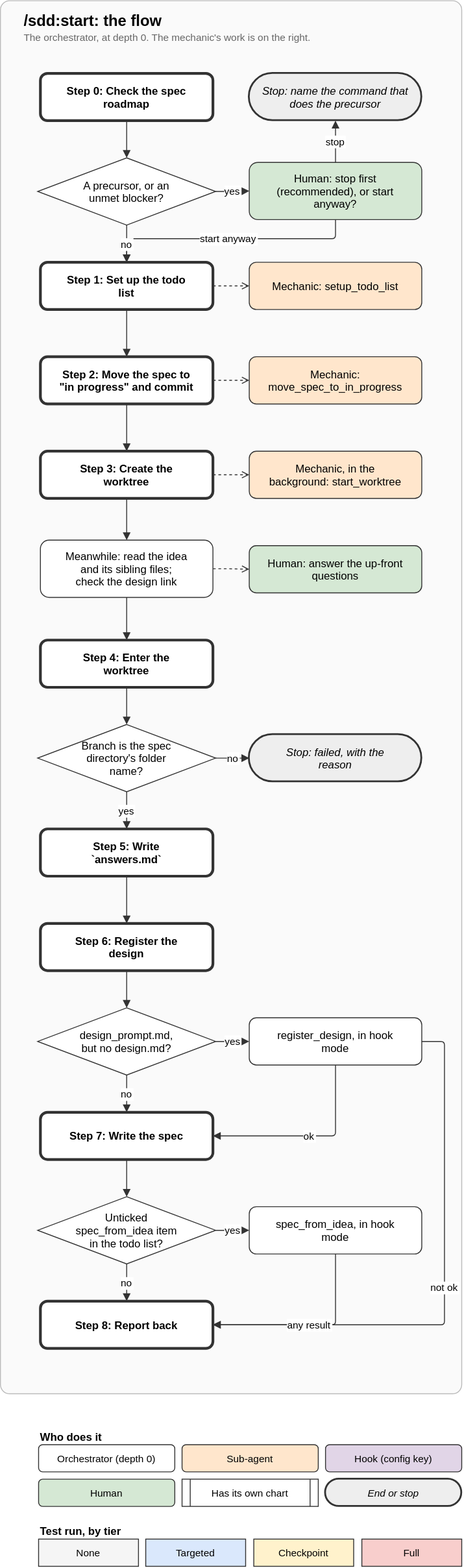
preludetech/Freedom-LS keeps this draw.io diagram as claude_plugins/sdd/docs/diagrams/start.drawio.svg. Above is the earlier version. Source tidied: cells renumbered, new cells last; positions are measured from the earlier drawing's top-left corner, leaving out a move shared by most shapes. Source of this version:
```xml
<mxGraphModel>
  <root>
    <mxCell id="0" />
    <mxCell id="1" parent="0" />
    <mxCell id="2" style="rounded=1;arcSize=2;html=0;fillColor=#fafafa;strokeColor=#bbbbbb;" parent="1" vertex="1">
      <mxGeometry width="508" height="1534" as="geometry" />
    </mxCell>
    <mxCell id="3" value="/sdd:start: the flow" style="text;html=0;align=left;verticalAlign=middle;fontSize=17;fontStyle=1;" parent="1" vertex="1">
      <mxGeometry x="24" y="8" width="460" height="26" as="geometry" />
    </mxCell>
    <mxCell id="4" value="The orchestrator, at depth 0. The mechanic's work is on the right." style="text;html=0;align=left;verticalAlign=middle;fontSize=11;fontColor=#666666;" parent="1" vertex="1">
      <mxGeometry x="24" y="31" width="460" height="18" as="geometry" />
    </mxCell>
    <mxCell id="5" value="Step 0: Check the spec&#10;roadmap" style="rounded=1;html=0;fontSize=12;strokeColor=#333333;fillColor=#ffffff;strokeWidth=3;fontStyle=1;" parent="1" vertex="1">
      <mxGeometry x="44" y="80" width="190" height="52" as="geometry" />
    </mxCell>
    <mxCell id="6" value="A precursor, or an&#10;unmet blocker?" style="rhombus;html=0;fontSize=12;strokeColor=#333333;fillColor=#ffffff;" parent="1" vertex="1">
      <mxGeometry x="41" y="173" width="196" height="74" as="geometry" />
    </mxCell>
    <mxCell id="7" value="Human: stop first&#10;(recommended), or start&#10;anyway?" style="rounded=1;html=0;fontSize=12;strokeColor=#333333;fillColor=#d5e8d4;" parent="1" vertex="1">
      <mxGeometry x="274" y="178" width="190" height="63" as="geometry" />
    </mxCell>
    <mxCell id="8" value="Stop: name the command that&#10;does the precursor" style="rounded=1;arcSize=50;html=0;fontSize=12;strokeColor=#333333;fillColor=#eeeeee;strokeWidth=2;fontStyle=2;" parent="1" vertex="1">
      <mxGeometry x="274" y="80" width="190" height="52" as="geometry" />
    </mxCell>
    <mxCell id="9" value="Step 1: Set up the todo&#10;list" style="rounded=1;html=0;fontSize=12;strokeColor=#333333;fillColor=#ffffff;strokeWidth=3;fontStyle=1;" parent="1" vertex="1">
      <mxGeometry x="44" y="288" width="190" height="52" as="geometry" />
    </mxCell>
    <mxCell id="10" value="Mechanic: setup_todo_list" style="rounded=1;html=0;fontSize=12;strokeColor=#333333;fillColor=#ffe6cc;" parent="1" vertex="1">
      <mxGeometry x="274" y="288" width="190" height="52" as="geometry" />
    </mxCell>
    <mxCell id="11" value="Step 2: Move the spec to&#10;&quot;in progress&quot; and commit" style="rounded=1;html=0;fontSize=12;strokeColor=#333333;fillColor=#ffffff;strokeWidth=3;fontStyle=1;" parent="1" vertex="1">
      <mxGeometry x="44" y="392" width="190" height="52" as="geometry" />
    </mxCell>
    <mxCell id="12" value="Mechanic:&#10;move_spec_to_in_progress" style="rounded=1;html=0;fontSize=12;strokeColor=#333333;fillColor=#ffe6cc;" parent="1" vertex="1">
      <mxGeometry x="274" y="392" width="190" height="52" as="geometry" />
    </mxCell>
    <mxCell id="13" value="Step 3: Create the&#10;worktree" style="rounded=1;html=0;fontSize=12;strokeColor=#333333;fillColor=#ffffff;strokeWidth=3;fontStyle=1;" parent="1" vertex="1">
      <mxGeometry x="44" y="496" width="190" height="52" as="geometry" />
    </mxCell>
    <mxCell id="14" value="Mechanic, in the&#10;background: start_worktree" style="rounded=1;html=0;fontSize=12;strokeColor=#333333;fillColor=#ffe6cc;" parent="1" vertex="1">
      <mxGeometry x="274" y="496" width="190" height="52" as="geometry" />
    </mxCell>
    <mxCell id="15" value="Meanwhile: read the idea&#10;and its sibling files;&#10;check the design link" style="rounded=1;html=0;fontSize=12;strokeColor=#333333;fillColor=#ffffff;" parent="1" vertex="1">
      <mxGeometry x="44" y="594" width="190" height="63" as="geometry" />
    </mxCell>
    <mxCell id="16" value="Human: answer the up-front&#10;questions" style="rounded=1;html=0;fontSize=12;strokeColor=#333333;fillColor=#d5e8d4;" parent="1" vertex="1">
      <mxGeometry x="274" y="600" width="190" height="52" as="geometry" />
    </mxCell>
    <mxCell id="17" value="Step 4: Enter the&#10;worktree" style="rounded=1;html=0;fontSize=12;strokeColor=#333333;fillColor=#ffffff;strokeWidth=3;fontStyle=1;" parent="1" vertex="1">
      <mxGeometry x="44" y="704" width="190" height="52" as="geometry" />
    </mxCell>
    <mxCell id="18" value="Branch is the spec&#10;directory's folder&#10;name?" style="rhombus;html=0;fontSize=12;strokeColor=#333333;fillColor=#ffffff;" parent="1" vertex="1">
      <mxGeometry x="41" y="797" width="196" height="74" as="geometry" />
    </mxCell>
    <mxCell id="19" value="Stop: failed, with the&#10;reason" style="rounded=1;arcSize=50;html=0;fontSize=12;strokeColor=#333333;fillColor=#eeeeee;strokeWidth=2;fontStyle=2;" parent="1" vertex="1">
      <mxGeometry x="274" y="808" width="190" height="52" as="geometry" />
    </mxCell>
    <mxCell id="20" value="Step 5: Write&#10;`answers.md`" style="rounded=1;html=0;fontSize=12;strokeColor=#333333;fillColor=#ffffff;strokeWidth=3;fontStyle=1;" parent="1" vertex="1">
      <mxGeometry x="44" y="912" width="190" height="52" as="geometry" />
    </mxCell>
    <mxCell id="21" value="Step 6: Register the&#10;design" style="rounded=1;html=0;fontSize=12;strokeColor=#333333;fillColor=#ffffff;strokeWidth=3;fontStyle=1;" parent="1" vertex="1">
      <mxGeometry x="44" y="1016" width="190" height="52" as="geometry" />
    </mxCell>
    <mxCell id="22" value="design_prompt.md,&#10;but no design.md?" style="rhombus;html=0;fontSize=12;strokeColor=#333333;fillColor=#ffffff;" parent="1" vertex="1">
      <mxGeometry x="41" y="1109" width="196" height="74" as="geometry" />
    </mxCell>
    <mxCell id="23" value="register_design, in hook&#10;mode" style="rounded=1;html=0;fontSize=12;strokeColor=#333333;fillColor=#ffffff;" parent="1" vertex="1">
      <mxGeometry x="274" y="1120" width="190" height="52" as="geometry" />
    </mxCell>
    <mxCell id="24" value="Step 7: Write the spec" style="rounded=1;html=0;fontSize=12;strokeColor=#333333;fillColor=#ffffff;strokeWidth=3;fontStyle=1;" parent="1" vertex="1">
      <mxGeometry x="44" y="1224" width="190" height="52" as="geometry" />
    </mxCell>
    <mxCell id="25" value="Unticked&#10;spec_from_idea item&#10;in the todo list?" style="rhombus;html=0;fontSize=12;strokeColor=#333333;fillColor=#ffffff;" parent="1" vertex="1">
      <mxGeometry x="41" y="1317" width="196" height="74" as="geometry" />
    </mxCell>
    <mxCell id="26" value="spec_from_idea, in hook&#10;mode" style="rounded=1;html=0;fontSize=12;strokeColor=#333333;fillColor=#ffffff;" parent="1" vertex="1">
      <mxGeometry x="274" y="1328" width="190" height="52" as="geometry" />
    </mxCell>
    <mxCell id="27" value="Step 8: Report back" style="rounded=1;html=0;fontSize=12;strokeColor=#333333;fillColor=#ffffff;strokeWidth=3;fontStyle=1;" parent="1" vertex="1">
      <mxGeometry x="44" y="1432" width="190" height="52" as="geometry" />
    </mxCell>
    <mxCell id="28" style="edgeStyle=orthogonalEdgeStyle;rounded=1;arcSize=8;html=0;endArrow=block;endFill=1;fontSize=11;labelBackgroundColor=#ffffff;strokeColor=#333333;exitX=0.5;exitY=1;exitDx=0;exitDy=0;entryX=0.5;entryY=0;entryDx=0;entryDy=0;" parent="1" edge="1" source="5" target="6">
      <mxGeometry relative="1" as="geometry" />
    </mxCell>
    <mxCell id="29" value="yes" style="edgeStyle=orthogonalEdgeStyle;rounded=1;arcSize=8;html=0;endArrow=block;endFill=1;fontSize=11;labelBackgroundColor=#ffffff;strokeColor=#333333;exitX=1;exitY=0.5;exitDx=0;exitDy=0;entryX=0;entryY=0.5;entryDx=0;entryDy=0;" parent="1" edge="1" source="6" target="7">
      <mxGeometry relative="1" as="geometry" />
    </mxCell>
    <mxCell id="30" value="stop" style="edgeStyle=orthogonalEdgeStyle;rounded=1;arcSize=8;html=0;endArrow=block;endFill=1;fontSize=11;labelBackgroundColor=#ffffff;strokeColor=#333333;exitX=0.5;exitY=0;exitDx=0;exitDy=0;entryX=0.5;entryY=1;entryDx=0;entryDy=0;" parent="1" edge="1" source="7" target="8">
      <mxGeometry relative="1" as="geometry" />
    </mxCell>
    <mxCell id="31" value="start anyway" style="edgeStyle=orthogonalEdgeStyle;rounded=1;arcSize=8;html=0;endArrow=block;endFill=1;fontSize=11;labelBackgroundColor=#ffffff;strokeColor=#333333;exitX=0.5;exitY=1;exitDx=0;exitDy=0;entryX=0.5;entryY=0;entryDx=0;entryDy=0;" parent="1" edge="1" source="7" target="9">
      <mxGeometry relative="1" as="geometry">
        <Array as="points">
          <mxPoint x="369" y="262" />
          <mxPoint x="139" y="262" />
        </Array>
      </mxGeometry>
    </mxCell>
    <mxCell id="32" value="no" style="edgeStyle=orthogonalEdgeStyle;rounded=1;arcSize=8;html=0;endArrow=block;endFill=1;fontSize=11;labelBackgroundColor=#ffffff;strokeColor=#333333;exitX=0.5;exitY=1;exitDx=0;exitDy=0;entryX=0.5;entryY=0;entryDx=0;entryDy=0;" parent="1" edge="1" source="6" target="9">
      <mxGeometry relative="1" as="geometry" />
    </mxCell>
    <mxCell id="33" style="edgeStyle=orthogonalEdgeStyle;rounded=1;arcSize=8;html=0;endArrow=block;endFill=1;fontSize=11;labelBackgroundColor=#ffffff;strokeColor=#333333;exitX=0.5;exitY=1;exitDx=0;exitDy=0;entryX=0.5;entryY=0;entryDx=0;entryDy=0;" parent="1" edge="1" source="9" target="11">
      <mxGeometry relative="1" as="geometry" />
    </mxCell>
    <mxCell id="34" style="edgeStyle=orthogonalEdgeStyle;rounded=1;arcSize=8;html=0;endArrow=block;endFill=1;fontSize=11;labelBackgroundColor=#ffffff;strokeColor=#333333;exitX=0.5;exitY=1;exitDx=0;exitDy=0;entryX=0.5;entryY=0;entryDx=0;entryDy=0;" parent="1" edge="1" source="11" target="13">
      <mxGeometry relative="1" as="geometry" />
    </mxCell>
    <mxCell id="35" style="edgeStyle=orthogonalEdgeStyle;rounded=1;arcSize=8;html=0;endArrow=block;endFill=1;fontSize=11;labelBackgroundColor=#ffffff;strokeColor=#333333;exitX=0.5;exitY=1;exitDx=0;exitDy=0;entryX=0.5;entryY=0;entryDx=0;entryDy=0;" parent="1" edge="1" source="13" target="15">
      <mxGeometry relative="1" as="geometry" />
    </mxCell>
    <mxCell id="36" style="edgeStyle=orthogonalEdgeStyle;rounded=1;arcSize=8;html=0;endArrow=block;endFill=1;fontSize=11;labelBackgroundColor=#ffffff;strokeColor=#333333;exitX=0.5;exitY=1;exitDx=0;exitDy=0;entryX=0.5;entryY=0;entryDx=0;entryDy=0;" parent="1" edge="1" source="15" target="17">
      <mxGeometry relative="1" as="geometry" />
    </mxCell>
    <mxCell id="37" style="edgeStyle=orthogonalEdgeStyle;rounded=1;arcSize=8;html=0;endArrow=block;endFill=1;fontSize=11;labelBackgroundColor=#ffffff;strokeColor=#333333;exitX=0.5;exitY=1;exitDx=0;exitDy=0;entryX=0.5;entryY=0;entryDx=0;entryDy=0;" parent="1" edge="1" source="17" target="18">
      <mxGeometry relative="1" as="geometry" />
    </mxCell>
    <mxCell id="38" style="edgeStyle=orthogonalEdgeStyle;rounded=1;arcSize=8;html=0;endArrow=block;endFill=1;fontSize=11;labelBackgroundColor=#ffffff;strokeColor=#333333;exitX=0.5;exitY=1;exitDx=0;exitDy=0;entryX=0.5;entryY=0;entryDx=0;entryDy=0;" parent="1" edge="1" source="20" target="21">
      <mxGeometry relative="1" as="geometry" />
    </mxCell>
    <mxCell id="39" style="edgeStyle=orthogonalEdgeStyle;rounded=1;arcSize=8;html=0;endArrow=block;endFill=1;fontSize=11;labelBackgroundColor=#ffffff;strokeColor=#333333;exitX=0.5;exitY=1;exitDx=0;exitDy=0;entryX=0.5;entryY=0;entryDx=0;entryDy=0;" parent="1" edge="1" source="21" target="22">
      <mxGeometry relative="1" as="geometry" />
    </mxCell>
    <mxCell id="40" style="edgeStyle=orthogonalEdgeStyle;rounded=1;arcSize=8;html=0;endArrow=block;endFill=1;fontSize=11;labelBackgroundColor=#ffffff;strokeColor=#333333;exitX=0.5;exitY=1;exitDx=0;exitDy=0;entryX=0.5;entryY=0;entryDx=0;entryDy=0;" parent="1" edge="1" source="24" target="25">
      <mxGeometry relative="1" as="geometry" />
    </mxCell>
    <mxCell id="41" style="edgeStyle=orthogonalEdgeStyle;rounded=1;arcSize=8;html=0;endArrow=block;endFill=1;fontSize=11;labelBackgroundColor=#ffffff;strokeColor=#333333;exitX=1;exitY=0.5;exitDx=0;exitDy=0;entryX=0;entryY=0.5;entryDx=0;entryDy=0;dashed=1;endArrow=open;endFill=0;" parent="1" edge="1" source="9" target="10">
      <mxGeometry relative="1" as="geometry" />
    </mxCell>
    <mxCell id="42" style="edgeStyle=orthogonalEdgeStyle;rounded=1;arcSize=8;html=0;endArrow=block;endFill=1;fontSize=11;labelBackgroundColor=#ffffff;strokeColor=#333333;exitX=1;exitY=0.5;exitDx=0;exitDy=0;entryX=0;entryY=0.5;entryDx=0;entryDy=0;dashed=1;endArrow=open;endFill=0;" parent="1" edge="1" source="11" target="12">
      <mxGeometry relative="1" as="geometry" />
    </mxCell>
    <mxCell id="43" style="edgeStyle=orthogonalEdgeStyle;rounded=1;arcSize=8;html=0;endArrow=block;endFill=1;fontSize=11;labelBackgroundColor=#ffffff;strokeColor=#333333;exitX=1;exitY=0.5;exitDx=0;exitDy=0;entryX=0;entryY=0.5;entryDx=0;entryDy=0;dashed=1;endArrow=open;endFill=0;" parent="1" edge="1" source="13" target="14">
      <mxGeometry relative="1" as="geometry" />
    </mxCell>
    <mxCell id="44" style="edgeStyle=orthogonalEdgeStyle;rounded=1;arcSize=8;html=0;endArrow=block;endFill=1;fontSize=11;labelBackgroundColor=#ffffff;strokeColor=#333333;exitX=1;exitY=0.5;exitDx=0;exitDy=0;entryX=0;entryY=0.5;entryDx=0;entryDy=0;dashed=1;endArrow=open;endFill=0;" parent="1" edge="1" source="15" target="16">
      <mxGeometry relative="1" as="geometry" />
    </mxCell>
    <mxCell id="45" value="no" style="edgeStyle=orthogonalEdgeStyle;rounded=1;arcSize=8;html=0;endArrow=block;endFill=1;fontSize=11;labelBackgroundColor=#ffffff;strokeColor=#333333;exitX=1;exitY=0.5;exitDx=0;exitDy=0;entryX=0;entryY=0.5;entryDx=0;entryDy=0;" parent="1" edge="1" source="18" target="19">
      <mxGeometry relative="1" as="geometry" />
    </mxCell>
    <mxCell id="46" value="yes" style="edgeStyle=orthogonalEdgeStyle;rounded=1;arcSize=8;html=0;endArrow=block;endFill=1;fontSize=11;labelBackgroundColor=#ffffff;strokeColor=#333333;exitX=0.5;exitY=1;exitDx=0;exitDy=0;entryX=0.5;entryY=0;entryDx=0;entryDy=0;" parent="1" edge="1" source="18" target="20">
      <mxGeometry relative="1" as="geometry" />
    </mxCell>
    <mxCell id="47" value="yes" style="edgeStyle=orthogonalEdgeStyle;rounded=1;arcSize=8;html=0;endArrow=block;endFill=1;fontSize=11;labelBackgroundColor=#ffffff;strokeColor=#333333;exitX=1;exitY=0.5;exitDx=0;exitDy=0;entryX=0;entryY=0.5;entryDx=0;entryDy=0;" parent="1" edge="1" source="22" target="23">
      <mxGeometry relative="1" as="geometry" />
    </mxCell>
    <mxCell id="48" value="no" style="edgeStyle=orthogonalEdgeStyle;rounded=1;arcSize=8;html=0;endArrow=block;endFill=1;fontSize=11;labelBackgroundColor=#ffffff;strokeColor=#333333;exitX=0.5;exitY=1;exitDx=0;exitDy=0;entryX=0.5;entryY=0;entryDx=0;entryDy=0;" parent="1" edge="1" source="22" target="24">
      <mxGeometry relative="1" as="geometry" />
    </mxCell>
    <mxCell id="49" value="ok" style="edgeStyle=orthogonalEdgeStyle;rounded=1;arcSize=8;html=0;endArrow=block;endFill=1;fontSize=11;labelBackgroundColor=#ffffff;strokeColor=#333333;exitX=0.5;exitY=1;exitDx=0;exitDy=0;entryX=1;entryY=0.5;entryDx=0;entryDy=0;" parent="1" edge="1" source="23" target="24">
      <mxGeometry relative="1" as="geometry">
        <Array as="points">
          <mxPoint x="369" y="1250" />
        </Array>
      </mxGeometry>
    </mxCell>
    <mxCell id="50" value="not ok" style="edgeStyle=orthogonalEdgeStyle;rounded=1;arcSize=8;html=0;endArrow=block;endFill=1;fontSize=11;labelBackgroundColor=#ffffff;strokeColor=#333333;exitX=1;exitY=0.5;exitDx=0;exitDy=0;entryX=1;entryY=0.5;entryDx=0;entryDy=0;" parent="1" edge="1" source="23" target="27">
      <mxGeometry relative="1" as="geometry">
        <Array as="points">
          <mxPoint x="489" y="1146" />
          <mxPoint x="489" y="1458" />
        </Array>
      </mxGeometry>
    </mxCell>
    <mxCell id="51" value="yes" style="edgeStyle=orthogonalEdgeStyle;rounded=1;arcSize=8;html=0;endArrow=block;endFill=1;fontSize=11;labelBackgroundColor=#ffffff;strokeColor=#333333;exitX=1;exitY=0.5;exitDx=0;exitDy=0;entryX=0;entryY=0.5;entryDx=0;entryDy=0;" parent="1" edge="1" source="25" target="26">
      <mxGeometry relative="1" as="geometry" />
    </mxCell>
    <mxCell id="52" value="no" style="edgeStyle=orthogonalEdgeStyle;rounded=1;arcSize=8;html=0;endArrow=block;endFill=1;fontSize=11;labelBackgroundColor=#ffffff;strokeColor=#333333;exitX=0.5;exitY=1;exitDx=0;exitDy=0;entryX=0.5;entryY=0;entryDx=0;entryDy=0;" parent="1" edge="1" source="25" target="27">
      <mxGeometry relative="1" as="geometry" />
    </mxCell>
    <mxCell id="53" value="any result" style="edgeStyle=orthogonalEdgeStyle;rounded=1;arcSize=8;html=0;endArrow=block;endFill=1;fontSize=11;labelBackgroundColor=#ffffff;strokeColor=#333333;exitX=0.5;exitY=1;exitDx=0;exitDy=0;entryX=1;entryY=0.5;entryDx=0;entryDy=0;" parent="1" edge="1" source="26" target="27">
      <mxGeometry relative="1" as="geometry">
        <Array as="points">
          <mxPoint x="369" y="1458" />
        </Array>
      </mxGeometry>
    </mxCell>
    <mxCell id="54" value="Who does it" style="text;html=0;align=left;fontSize=12;fontStyle=1;" parent="1" vertex="1">
      <mxGeometry x="42" y="1568" width="200" height="20" as="geometry" />
    </mxCell>
    <mxCell id="55" value="Orchestrator (depth 0)" style="rounded=1;html=0;fontSize=11;strokeColor=#333333;fillColor=#ffffff;" parent="1" vertex="1">
      <mxGeometry x="42" y="1590" width="150" height="30" as="geometry" />
    </mxCell>
    <mxCell id="56" value="Sub-agent" style="rounded=1;html=0;fontSize=11;strokeColor=#333333;fillColor=#ffe6cc;" parent="1" vertex="1">
      <mxGeometry x="200" y="1590" width="150" height="30" as="geometry" />
    </mxCell>
    <mxCell id="57" value="Hook (config key)" style="rounded=1;html=0;fontSize=11;strokeColor=#333333;fillColor=#e1d5e7;" parent="1" vertex="1">
      <mxGeometry x="358" y="1590" width="150" height="30" as="geometry" />
    </mxCell>
    <mxCell id="58" value="Human" style="rounded=1;html=0;fontSize=11;strokeColor=#333333;fillColor=#d5e8d4;" parent="1" vertex="1">
      <mxGeometry x="42" y="1628" width="150" height="30" as="geometry" />
    </mxCell>
    <mxCell id="59" value="Has its own chart" style="shape=process;size=0.06;html=0;fontSize=11;strokeColor=#333333;fillColor=#ffffff;" parent="1" vertex="1">
      <mxGeometry x="200" y="1628" width="150" height="30" as="geometry" />
    </mxCell>
    <mxCell id="60" value="End or stop" style="rounded=1;arcSize=50;html=0;fontSize=11;strokeColor=#333333;fillColor=#eeeeee;strokeWidth=2;fontStyle=2;" parent="1" vertex="1">
      <mxGeometry x="358" y="1628" width="150" height="30" as="geometry" />
    </mxCell>
    <mxCell id="61" value="Test run, by tier" style="text;html=0;align=left;fontSize=12;fontStyle=1;" parent="1" vertex="1">
      <mxGeometry x="42" y="1672" width="200" height="20" as="geometry" />
    </mxCell>
    <mxCell id="62" value="None" style="rounded=0;html=0;fontSize=11;strokeColor=#333333;fillColor=#f5f5f5;" parent="1" vertex="1">
      <mxGeometry x="42" y="1694" width="110" height="30" as="geometry" />
    </mxCell>
    <mxCell id="63" value="Targeted" style="rounded=0;html=0;fontSize=11;strokeColor=#333333;fillColor=#dae8fc;" parent="1" vertex="1">
      <mxGeometry x="160" y="1694" width="110" height="30" as="geometry" />
    </mxCell>
    <mxCell id="64" value="Checkpoint" style="rounded=0;html=0;fontSize=11;strokeColor=#333333;fillColor=#fff2cc;" parent="1" vertex="1">
      <mxGeometry x="279" y="1694" width="110" height="30" as="geometry" />
    </mxCell>
    <mxCell id="65" value="Full" style="rounded=0;html=0;fontSize=11;strokeColor=#333333;fillColor=#f8cecc;" parent="1" vertex="1">
      <mxGeometry x="398" y="1694" width="110" height="30" as="geometry" />
    </mxCell>
  </root>
</mxGraphModel>
```
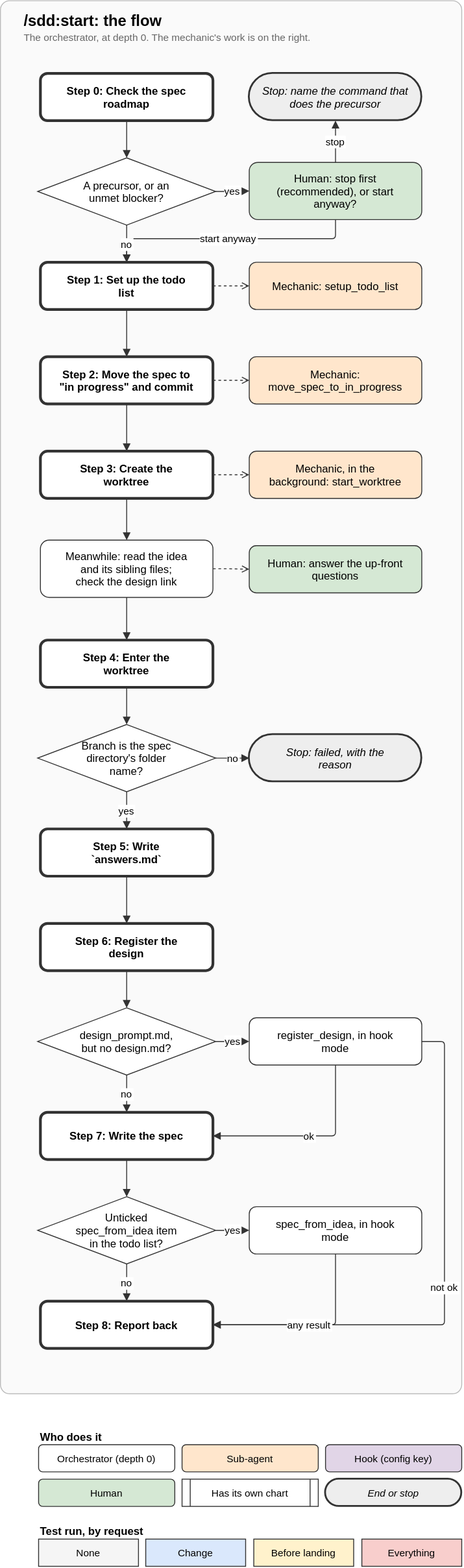
The same diagram one commit later.

Diff of the diagram source:
```diff
@@ -197,19 +197,19 @@
     <mxCell id="60" value="End or stop" style="rounded=1;arcSize=50;html=0;fontSize=11;strokeColor=#333333;fillColor=#eeeeee;strokeWidth=2;fontStyle=2;" parent="1" vertex="1">
       <mxGeometry x="358" y="1628" width="150" height="30" as="geometry" />
     </mxCell>
-    <mxCell id="61" value="Test run, by tier" style="text;html=0;align=left;fontSize=12;fontStyle=1;" parent="1" vertex="1">
+    <mxCell id="61" value="Test run, by request" style="text;html=0;align=left;fontSize=12;fontStyle=1;" parent="1" vertex="1">
       <mxGeometry x="42" y="1672" width="200" height="20" as="geometry" />
     </mxCell>
     <mxCell id="62" value="None" style="rounded=0;html=0;fontSize=11;strokeColor=#333333;fillColor=#f5f5f5;" parent="1" vertex="1">
       <mxGeometry x="42" y="1694" width="110" height="30" as="geometry" />
     </mxCell>
-    <mxCell id="63" value="Targeted" style="rounded=0;html=0;fontSize=11;strokeColor=#333333;fillColor=#dae8fc;" parent="1" vertex="1">
+    <mxCell id="63" value="Change" style="rounded=0;html=0;fontSize=11;strokeColor=#333333;fillColor=#dae8fc;" parent="1" vertex="1">
       <mxGeometry x="160" y="1694" width="110" height="30" as="geometry" />
     </mxCell>
-    <mxCell id="64" value="Checkpoint" style="rounded=0;html=0;fontSize=11;strokeColor=#333333;fillColor=#fff2cc;" parent="1" vertex="1">
+    <mxCell id="64" value="Before landing" style="rounded=0;html=0;fontSize=11;strokeColor=#333333;fillColor=#fff2cc;" parent="1" vertex="1">
       <mxGeometry x="279" y="1694" width="110" height="30" as="geometry" />
     </mxCell>
-    <mxCell id="65" value="Full" style="rounded=0;html=0;fontSize=11;strokeColor=#333333;fillColor=#f8cecc;" parent="1" vertex="1">
+    <mxCell id="65" value="Everything" style="rounded=0;html=0;fontSize=11;strokeColor=#333333;fillColor=#f8cecc;" parent="1" vertex="1">
       <mxGeometry x="398" y="1694" width="110" height="30" as="geometry" />
     </mxCell>
   </root>
```
